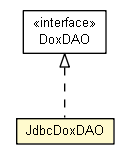
Earlier version of the Graphviz export doxdb-core/apidocs/net/trajano/doxdb/jdbc/JdbcDoxDAO.png (trajano/doxdb). Its source is kept beside it as doxdb-core/apidocs/net/trajano/doxdb/jdbc/JdbcDoxDAO.dot.
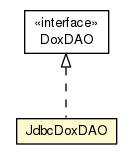
After the change.

Diff of the diagram source:
```diff
@@ -1,19 +1,19 @@
 
 digraph G {
-	edge [fontname="arial",fontsize=10,labelfontname="arial",labelfontsize=10];
-	node [fontname="arial",fontsize=10,shape=plaintext];
+	edge [fontname="Helvetica",fontsize=10,labelfontname="Helvetica",labelfontsize=10];
+	node [fontname="Helvetica",fontsize=10,shape=plaintext];
 	nodesep=0.25;
 	ranksep=0.5;
-	c464 [label=<<table title="net.trajano.doxdb.jdbc.JdbcDoxDAO" border="0" cellborder="1" cellspacing="0" cellpadding="2" port="p" bgcolor="lemonChiffon" href="./JdbcDoxDAO.html">
-		<tr><td><table border="0" cellspacing="0" cellpadding="1">
-<tr><td align="center" balign="center"> JdbcDoxDAO </td></tr>
-		</table></td></tr>
-		</table>>, URL="./JdbcDoxDAO.html", fontname="arial", fontcolor="black", fontsize=10.0];
-	c465 [label=<<table title="net.trajano.doxdb.jdbc.DoxDAO" border="0" cellborder="1" cellspacing="0" cellpadding="2" port="p" href="./DoxDAO.html">
+	c456 [label=<<table title="net.trajano.doxdb.jdbc.DoxDAO" border="0" cellborder="1" cellspacing="0" cellpadding="2" port="p" href="./DoxDAO.html">
 		<tr><td><table border="0" cellspacing="0" cellpadding="1">
 <tr><td align="center" balign="center"> &#171;interface&#187; </td></tr>
 <tr><td align="center" balign="center"> DoxDAO </td></tr>
 		</table></td></tr>
-		</table>>, URL="./DoxDAO.html", fontname="arial", fontcolor="black", fontsize=10.0];
-	c465:p -> c464:p [dir=back,arrowtail=empty,style=dashed];
+		</table>>, URL="./DoxDAO.html", fontname="Helvetica", fontcolor="black", fontsize=10.0];
+	c457 [label=<<table title="net.trajano.doxdb.jdbc.JdbcDoxDAO" border="0" cellborder="1" cellspacing="0" cellpadding="2" port="p" bgcolor="lemonChiffon" href="./JdbcDoxDAO.html">
+		<tr><td><table border="0" cellspacing="0" cellpadding="1">
+<tr><td align="center" balign="center"> JdbcDoxDAO </td></tr>
+		</table></td></tr>
+		</table>>, URL="./JdbcDoxDAO.html", fontname="Helvetica", fontcolor="black", fontsize=10.0];
+	c456:p -> c457:p [dir=back,arrowtail=empty,style=dashed];
 }
```
